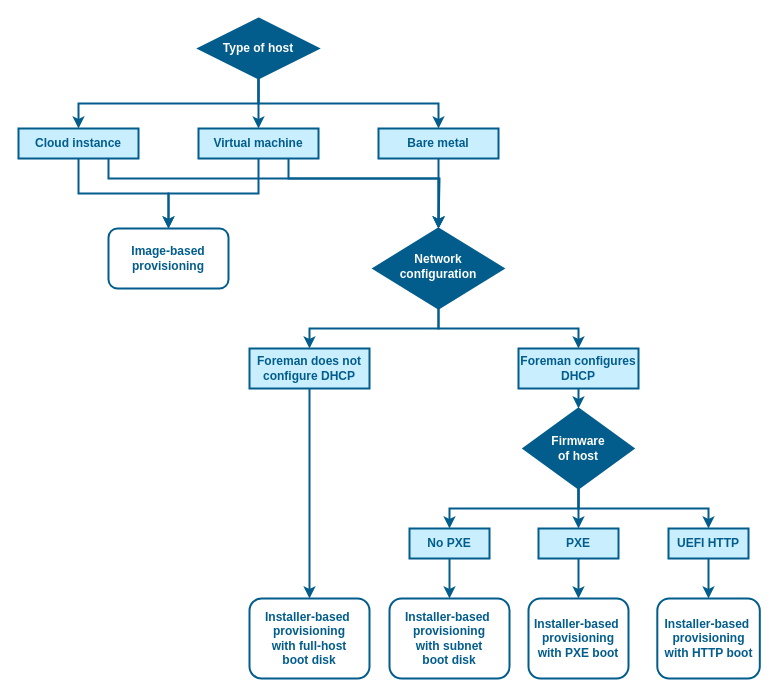
Above: guides/image-sources/provisioning-method-selection.drawio in theforeman/foreman-documentation (draw.io), before the change. Source tidied: cells renumbered, new cells numbered last; positions are measured from the earlier drawing's top-left corner, leaving out a move shared by most shapes. Both pictures are drawn from the tidied source at 100%, with x=0, y=0 at pixel (18, 18).
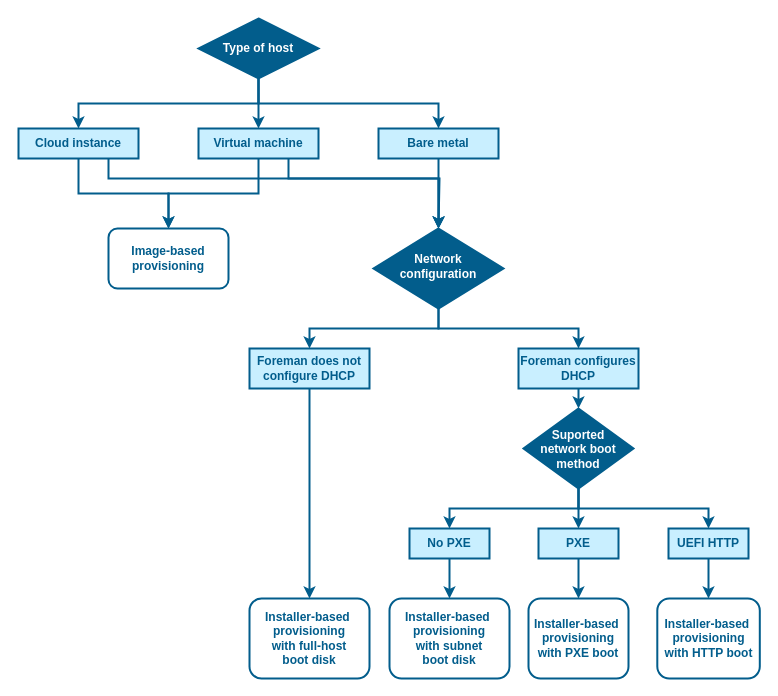
The same diagram, later.

Diff of the diagram source:
```diff
@@
-    <mxCell id="25" value="Firmware&lt;div&gt;of host&lt;/div&gt;" style="rhombus;whiteSpace=wrap;html=1;fontColor=#ffffff;fontStyle=1;strokeColor=#025d8c;strokeWidth=2;fillColor=#025d8c;" parent="1" vertex="1">
+    <mxCell id="25" value="Suported&lt;br&gt;network boot method" style="rhombus;whiteSpace=wrap;html=1;fontColor=#ffffff;fontStyle=1;strokeColor=#025d8c;strokeWidth=2;fillColor=#025d8c;spacingTop=2;" parent="1" vertex="1">
       <mxGeometry x="505" y="390" width="110" height="80" as="geometry" />
     </mxCell>
```
